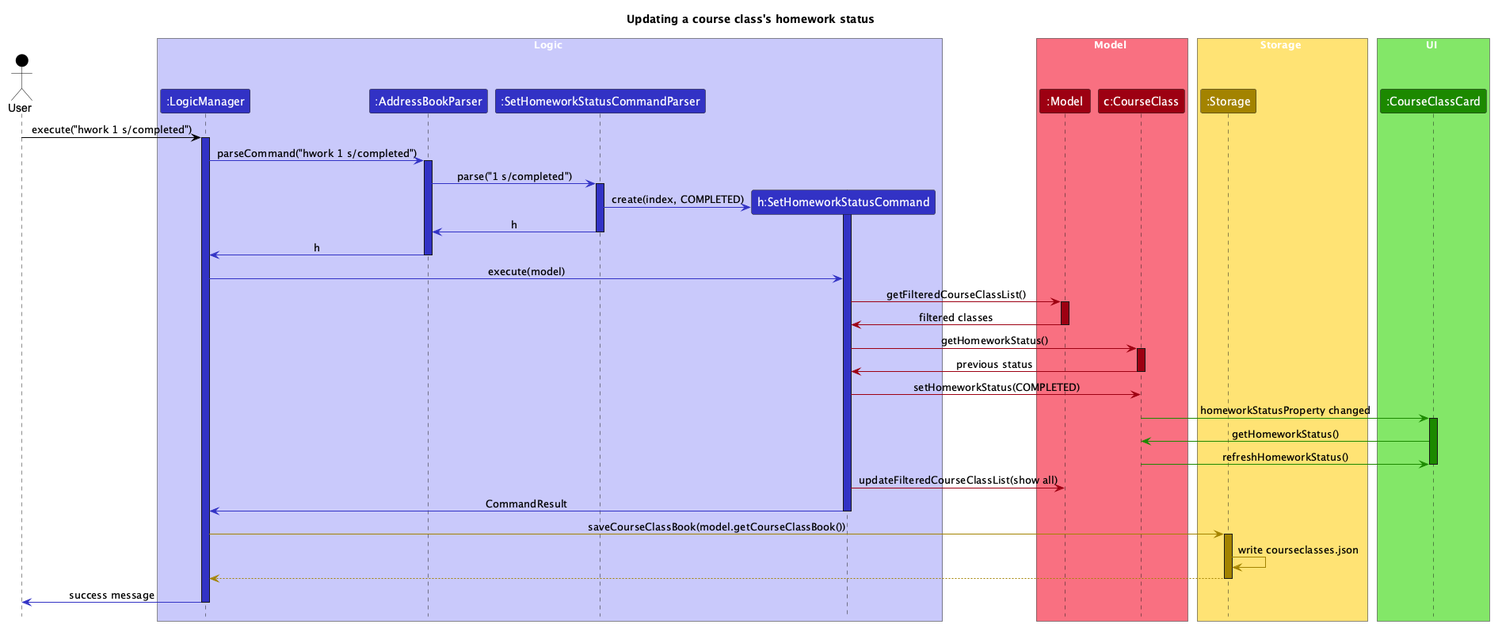
The PlantUML diagram docs/images/HomeworkStatusSequenceDiagram.png in AY2627S1-CS2103T-F10-2/tp, before a commit. Its diagram source:
```plantuml
@startuml
!include style.puml
skinparam ArrowFontStyle plain

title Updating a course class's homework status

actor User as user USER_COLOR

box Logic LOGIC_COLOR_T1
participant ":LogicManager" as LogicManager LOGIC_COLOR
participant ":AddressBookParser" as AddressBookParser LOGIC_COLOR
participant ":SetHomeworkStatusCommandParser" as SetHomeworkStatusCommandParser LOGIC_COLOR
participant "h:SetHomeworkStatusCommand" as SetHomeworkStatusCommand LOGIC_COLOR
end box

box Model MODEL_COLOR_T1
participant ":Model" as Model MODEL_COLOR
participant "c:CourseClass" as CourseClass MODEL_COLOR
end box

box Storage STORAGE_COLOR_T1
participant ":Storage" as Storage STORAGE_COLOR
end box

box UI UI_COLOR_T1
participant ":CourseClassCard" as CourseClassCard UI_COLOR
end box

user -[USER_COLOR]> LogicManager : execute("hwork 1 s/completed")
activate LogicManager LOGIC_COLOR

LogicManager -[LOGIC_COLOR]> AddressBookParser : parseCommand("hwork 1 s/completed")
activate AddressBookParser LOGIC_COLOR

AddressBookParser -[LOGIC_COLOR]> SetHomeworkStatusCommandParser : parse("1 s/completed")
activate SetHomeworkStatusCommandParser LOGIC_COLOR

create SetHomeworkStatusCommand
SetHomeworkStatusCommandParser -[LOGIC_COLOR]> SetHomeworkStatusCommand : create(index, COMPLETED)
activate SetHomeworkStatusCommand LOGIC_COLOR
SetHomeworkStatusCommandParser -[LOGIC_COLOR]> AddressBookParser : h
deactivate SetHomeworkStatusCommandParser

AddressBookParser -[LOGIC_COLOR]> LogicManager : h
deactivate AddressBookParser

LogicManager -[LOGIC_COLOR]> SetHomeworkStatusCommand : execute(model)

SetHomeworkStatusCommand -[MODEL_COLOR]> Model : getFilteredCourseClassList()
activate Model MODEL_COLOR
Model -[MODEL_COLOR]> SetHomeworkStatusCommand : filtered classes
deactivate Model

SetHomeworkStatusCommand -[MODEL_COLOR]> CourseClass : getHomeworkStatus()
activate CourseClass MODEL_COLOR
CourseClass -[MODEL_COLOR]> SetHomeworkStatusCommand : previous status
deactivate CourseClass

SetHomeworkStatusCommand -[MODEL_COLOR]> CourseClass : setHomeworkStatus(COMPLETED)

CourseClass -[UI_COLOR]> CourseClassCard : homeworkStatusProperty changed
activate CourseClassCard UI_COLOR
CourseClassCard -[UI_COLOR]> CourseClass : getHomeworkStatus()
CourseClass -[UI_COLOR]> CourseClassCard : refreshHomeworkStatus()
deactivate CourseClassCard

SetHomeworkStatusCommand -[MODEL_COLOR]> Model : updateFilteredCourseClassList(show all)
SetHomeworkStatusCommand -[LOGIC_COLOR]> LogicManager : CommandResult
deactivate SetHomeworkStatusCommand

LogicManager -[STORAGE_COLOR]> Storage : saveCourseClassBook(model.getCourseClassBook())
activate Storage STORAGE_COLOR
Storage -[STORAGE_COLOR]> Storage : write courseclasses.json
Storage --[STORAGE_COLOR]> LogicManager
deactivate Storage

LogicManager -[LOGIC_COLOR]> user : success message
deactivate LogicManager

@enduml
```
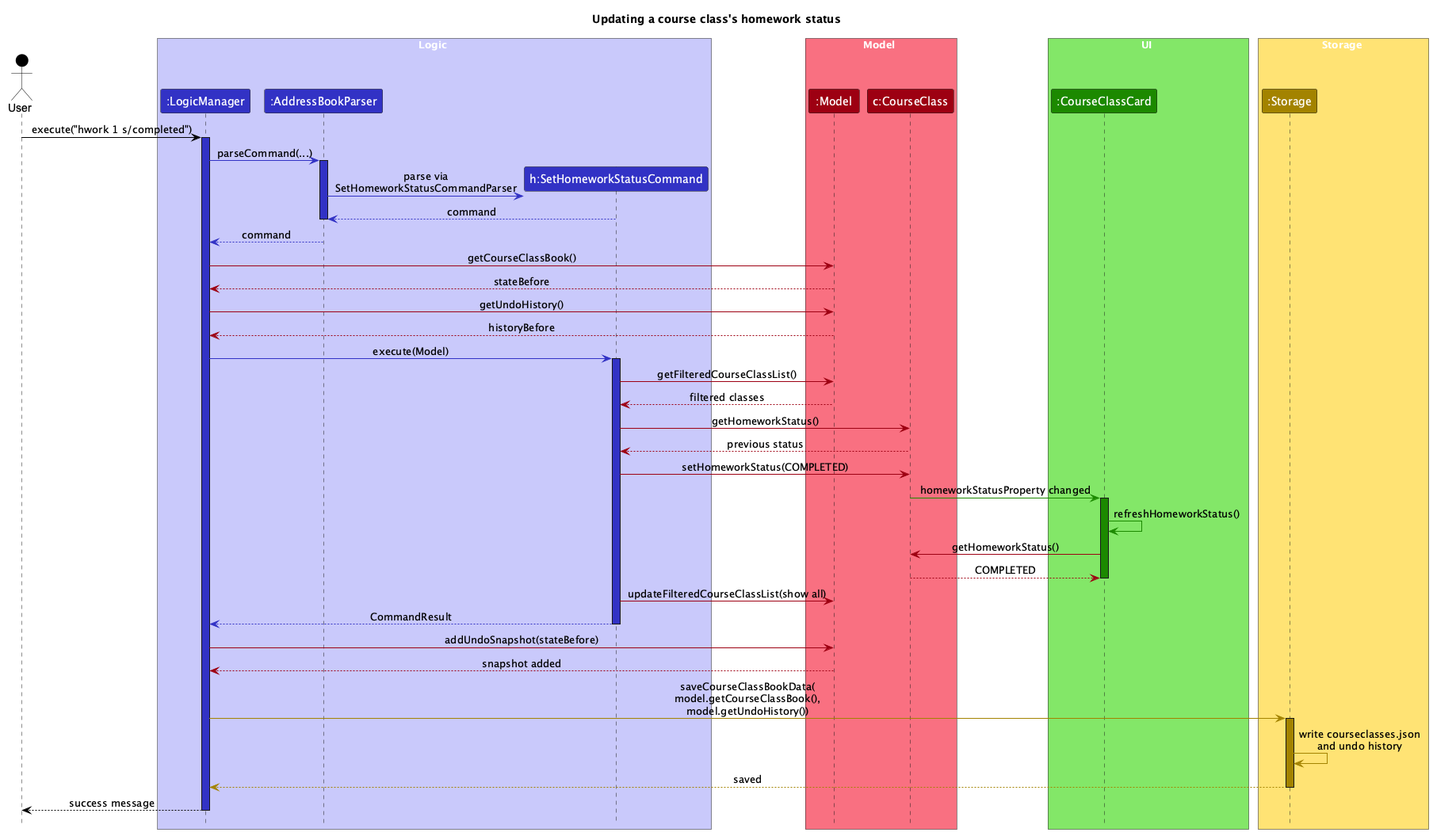
Above is the later version.

Commit message:
docs: update hwork UML for undo and UI flow

The edit, as a diff of the source:
```diff
@@ -1,6 +1,9 @@
 @startuml
 !include style.puml
 skinparam ArrowFontStyle plain
+skinparam Participant {
+    Padding 10
+}
 
 title Updating a course class's homework status
 
@@ -9,7 +12,6 @@
 box Logic LOGIC_COLOR_T1
 participant ":LogicManager" as LogicManager LOGIC_COLOR
 participant ":AddressBookParser" as AddressBookParser LOGIC_COLOR
-participant ":SetHomeworkStatusCommandParser" as SetHomeworkStatusCommandParser LOGIC_COLOR
 participant "h:SetHomeworkStatusCommand" as SetHomeworkStatusCommand LOGIC_COLOR
 end box
 
@@ -18,63 +20,61 @@
 participant "c:CourseClass" as CourseClass MODEL_COLOR
 end box
 
+box UI UI_COLOR_T1
+participant ":CourseClassCard" as CourseClassCard UI_COLOR
+end box
+
 box Storage STORAGE_COLOR_T1
 participant ":Storage" as Storage STORAGE_COLOR
-end box
-
-box UI UI_COLOR_T1
-participant ":CourseClassCard" as CourseClassCard UI_COLOR
 end box
 
 user -[USER_COLOR]> LogicManager : execute("hwork 1 s/completed")
 activate LogicManager LOGIC_COLOR
 
-LogicManager -[LOGIC_COLOR]> AddressBookParser : parseCommand("hwork 1 s/completed")
+LogicManager -[LOGIC_COLOR]> AddressBookParser : parseCommand(...)
 activate AddressBookParser LOGIC_COLOR
+create SetHomeworkStatusCommand
+AddressBookParser -[LOGIC_COLOR]> SetHomeworkStatusCommand : parse via\nSetHomeworkStatusCommandParser
+SetHomeworkStatusCommand -[LOGIC_COLOR]--> AddressBookParser : command
+deactivate AddressBookParser
+AddressBookParser -[LOGIC_COLOR]--> LogicManager : command
 
-AddressBookParser -[LOGIC_COLOR]> SetHomeworkStatusCommandParser : parse("1 s/completed")
-activate SetHomeworkStatusCommandParser LOGIC_COLOR
+LogicManager -[MODEL_COLOR]> Model : getCourseClassBook()
+Model -[MODEL_COLOR]--> LogicManager : stateBefore
+LogicManager -[MODEL_COLOR]> Model : getUndoHistory()
+Model -[MODEL_COLOR]--> LogicManager : historyBefore
 
-create SetHomeworkStatusCommand
-SetHomeworkStatusCommandParser -[LOGIC_COLOR]> SetHomeworkStatusCommand : create(index, COMPLETED)
+LogicManager -[LOGIC_COLOR]> SetHomeworkStatusCommand : execute(Model)
 activate SetHomeworkStatusCommand LOGIC_COLOR
-SetHomeworkStatusCommandParser -[LOGIC_COLOR]> AddressBookParser : h
-deactivate SetHomeworkStatusCommandParser
-
-AddressBookParser -[LOGIC_COLOR]> LogicManager : h
-deactivate AddressBookParser
-
-LogicManager -[LOGIC_COLOR]> SetHomeworkStatusCommand : execute(model)
 
 SetHomeworkStatusCommand -[MODEL_COLOR]> Model : getFilteredCourseClassList()
-activate Model MODEL_COLOR
-Model -[MODEL_COLOR]> SetHomeworkStatusCommand : filtered classes
-deactivate Model
+Model -[MODEL_COLOR]--> SetHomeworkStatusCommand : filtered classes
 
 SetHomeworkStatusCommand -[MODEL_COLOR]> CourseClass : getHomeworkStatus()
-activate CourseClass MODEL_COLOR
-CourseClass -[MODEL_COLOR]> SetHomeworkStatusCommand : previous status
-deactivate CourseClass
-
+CourseClass -[MODEL_COLOR]--> SetHomeworkStatusCommand : previous status
 SetHomeworkStatusCommand -[MODEL_COLOR]> CourseClass : setHomeworkStatus(COMPLETED)
 
 CourseClass -[UI_COLOR]> CourseClassCard : homeworkStatusProperty changed
 activate CourseClassCard UI_COLOR
-CourseClassCard -[UI_COLOR]> CourseClass : getHomeworkStatus()
-CourseClass -[UI_COLOR]> CourseClassCard : refreshHomeworkStatus()
+CourseClassCard -[UI_COLOR]> CourseClassCard : refreshHomeworkStatus()
+CourseClassCard -[MODEL_COLOR]> CourseClass : getHomeworkStatus()
+CourseClass -[MODEL_COLOR]--> CourseClassCard : COMPLETED
 deactivate CourseClassCard
 
 SetHomeworkStatusCommand -[MODEL_COLOR]> Model : updateFilteredCourseClassList(show all)
-SetHomeworkStatusCommand -[LOGIC_COLOR]> LogicManager : CommandResult
+SetHomeworkStatusCommand -[LOGIC_COLOR]--> LogicManager : CommandResult
 deactivate SetHomeworkStatusCommand
 
-LogicManager -[STORAGE_COLOR]> Storage : saveCourseClassBook(model.getCourseClassBook())
+LogicManager -[MODEL_COLOR]> Model : addUndoSnapshot(stateBefore)
+Model -[MODEL_COLOR]--> LogicManager : snapshot added
+
+LogicManager -[STORAGE_COLOR]> Storage : saveCourseClassBookData(\nmodel.getCourseClassBook(),\nmodel.getUndoHistory())
 activate Storage STORAGE_COLOR
-Storage -[STORAGE_COLOR]> Storage : write courseclasses.json
-Storage --[STORAGE_COLOR]> LogicManager
+Storage -[STORAGE_COLOR]> Storage : write courseclasses.json\nand undo history
+Storage -[STORAGE_COLOR]--> LogicManager : saved
 deactivate Storage
 
-LogicManager -[LOGIC_COLOR]> user : success message
+LogicManager -[USER_COLOR]--> user : success message
 deactivate LogicManager
 
 @enduml
```
